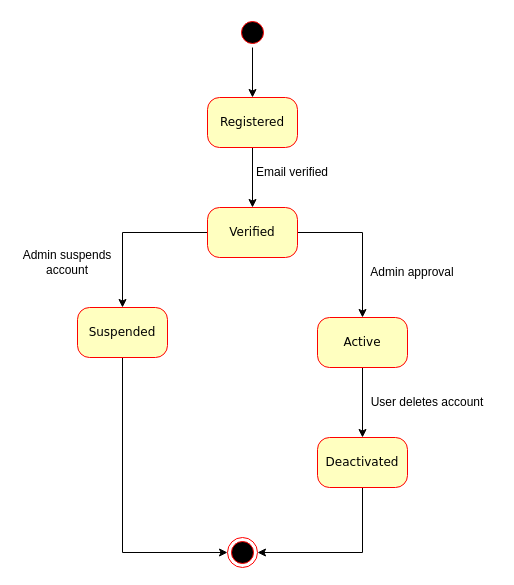
This is UML Modeling/State Diagram/StateDiagram for UserAccount.drawio from Luis-S4/Tourism-MS, a draw.io file, before an edit. Source tidied: cells renumbered, new cells numbered last; positions are measured from the earlier drawing's top-left corner, leaving out a move shared by most shapes. Both pictures are drawn from the tidied source at 100%, with x=0, y=0 at pixel (17, 17).
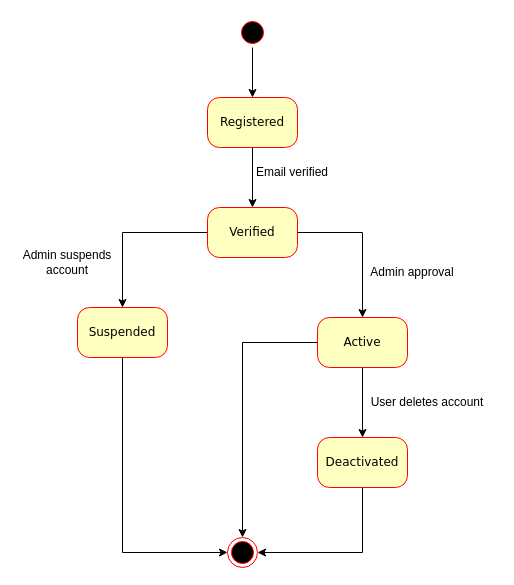
The same page after the edit.

Unchanged cells that the change refers to:
```xml
<mxCell id="6" style="ellipse;html=1;shape=endState;fillColor=#000000;strokeColor=#ff0000;rounded=1;shadow=0;comic=0;labelBackgroundColor=none;fontFamily=Verdana;fontSize=12;fontColor=#000000;align=center;" parent="1" vertex="1">
  <mxGeometry x="210" y="520" width="30" height="30" as="geometry" />
</mxCell>
<mxCell id="14" value="Active" style="rounded=1;whiteSpace=wrap;html=1;arcSize=24;fillColor=#ffffc0;strokeColor=#ff0000;shadow=0;comic=0;labelBackgroundColor=none;fontFamily=Verdana;fontSize=12;fontColor=#000000;align=center;" parent="1" vertex="1">
  <mxGeometry x="300" y="300" width="90" height="50" as="geometry" />
</mxCell>
```

The edit, as a diff of the source:
```diff
@@
+    <mxCell id="20" style="edgeStyle=orthogonalEdgeStyle;rounded=0;jettySize=auto;html=1;entryX=0.5;entryY=0;entryDx=0;entryDy=0;" parent="1" edge="1" source="14" target="6">
+      <mxGeometry relative="1" as="geometry" />
+    </mxCell>
```
